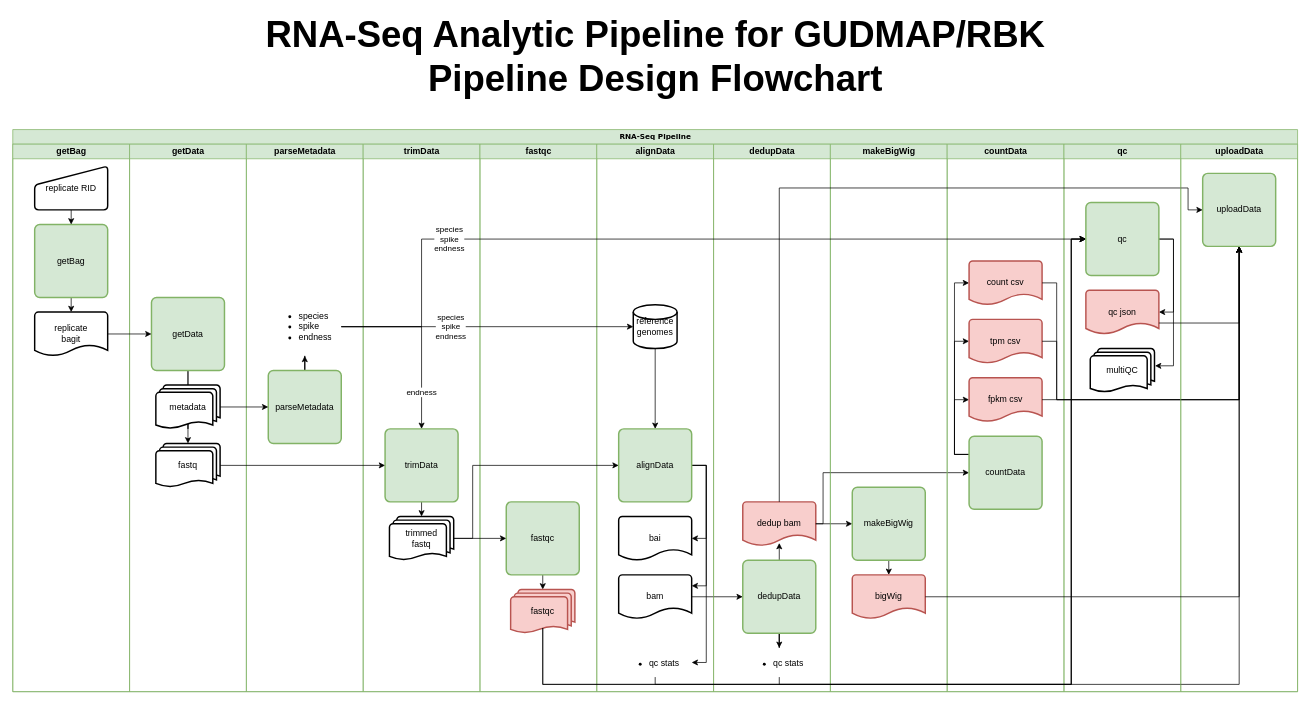
GHAStVHenry/GUDMAP-RBK.rna-seq keeps this draw.io diagram as docs/RNA-Seq Pipeline Design Flowchart.drawio. Above is the earlier version. Source tidied: cells renumbered, new cells numbered last; positions are measured from the earlier drawing's top-left corner, leaving out a move shared by most shapes. Both pictures are drawn from the tidied source at 73%, with x=0, y=0 at pixel (12, 34).
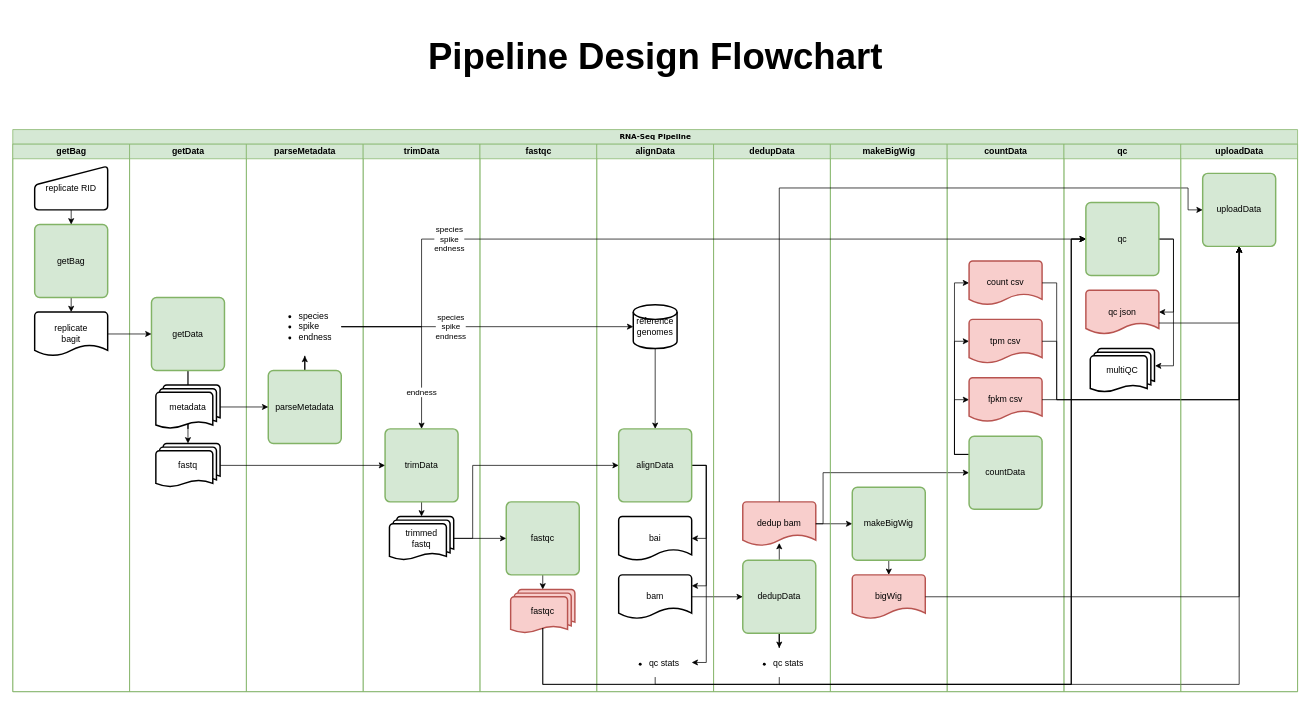
After the change.

Commit message (it also covers changes not shown here):
Update flowchart heading

The edit, as a diff of the source:
```diff
@@
-    <mxCell id="84" value="&lt;b style=&quot;font-size: 50px&quot;&gt;&lt;font style=&quot;font-size: 50px&quot;&gt;RNA-Seq Analytic Pipeline for GUDMAP/RBK&lt;br&gt;Pipeline Design Flowchart&lt;br&gt;&lt;/font&gt;&lt;/b&gt;" style="text;html=1;align=center;verticalAlign=middle;" parent="1" vertex="1">
-      <mxGeometry x="340" width="1080" height="60" as="geometry" />
+    <mxCell id="84" value="&lt;b style=&quot;font-size: 50px&quot;&gt;&lt;font style=&quot;font-size: 50px&quot;&gt;Pipeline Design Flowchart&lt;br&gt;&lt;/font&gt;&lt;/b&gt;" style="text;html=1;align=center;verticalAlign=middle;" parent="1" vertex="1">
+      <mxGeometry x="560" y="15" width="640" height="30" as="geometry" />
     </mxCell>
```
